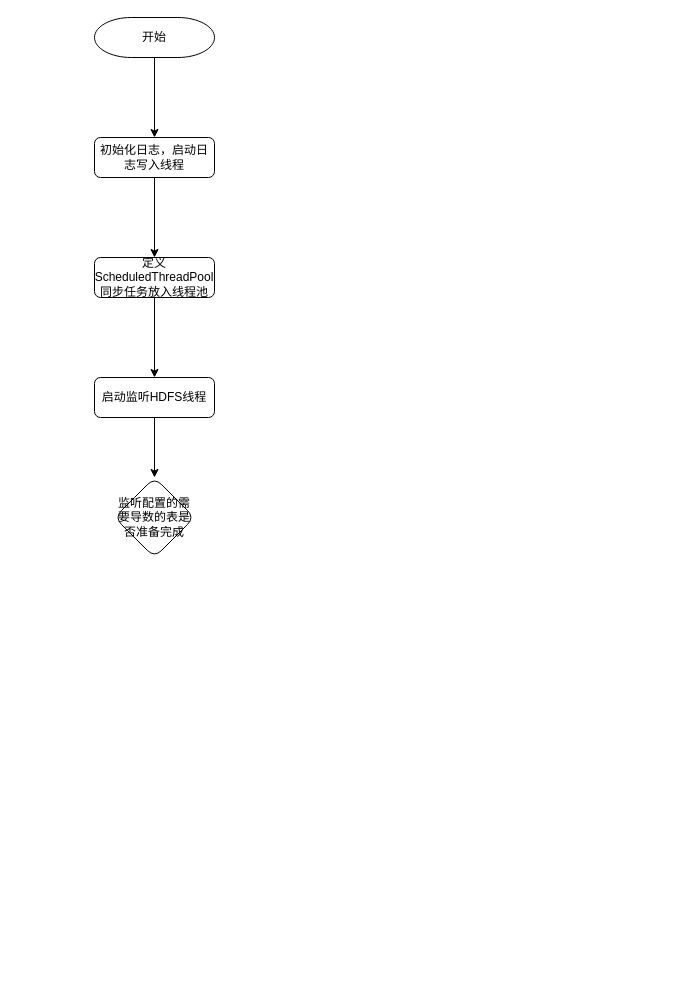
Above: mrap/导数流程图.drawio in lianyutian/drawio (draw.io), before the change. Source tidied: cells renumbered, new cells numbered last; positions are measured from the earlier drawing's top-left corner, leaving out a move shared by most shapes. Both pictures are drawn from the tidied source at 100%, with x=0, y=0 at pixel (94, 17).
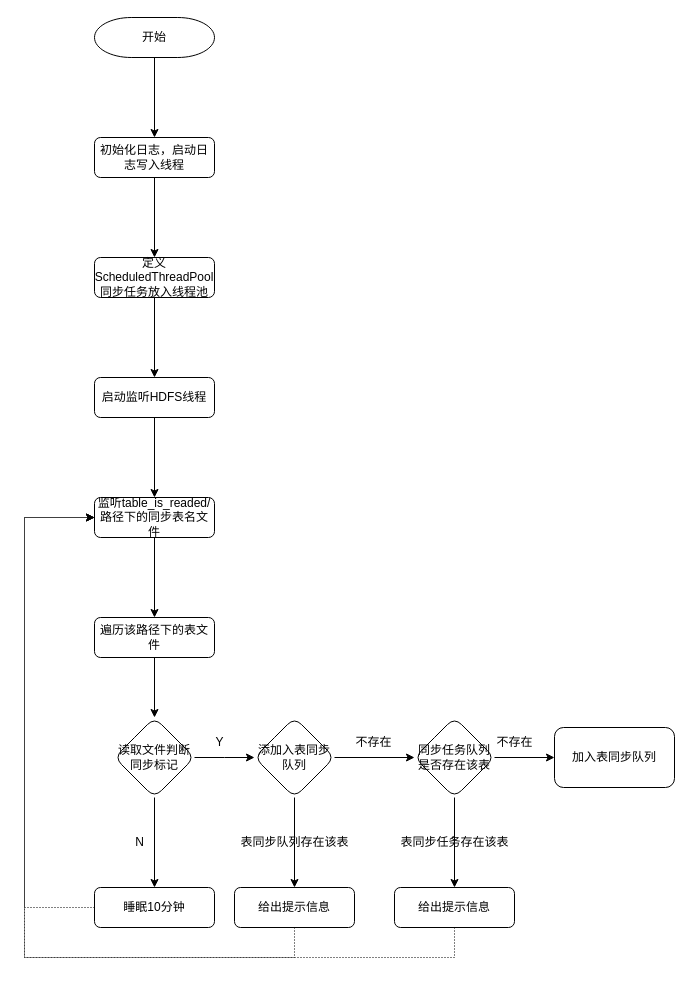
The same diagram, later.

Commit message (it also covers changes not shown here):
更新导数流程图.drawio

The change refers to these unchanged cells:
```xml
<mxCell id="9" value="启动监听HDFS线程" style="rounded=1;whiteSpace=wrap;html=1;fontSize=12;glass=0;strokeWidth=1;shadow=0;" parent="1" vertex="1">
  <mxGeometry y="360" width="120" height="40" as="geometry" />
</mxCell>
```

What changed in the source:
```diff
@@
-    <mxCell id="8" style="edgeStyle=orthogonalEdgeStyle;rounded=0;jettySize=auto;html=1;" parent="1" edge="1" source="9" target="10">
-      <mxGeometry relative="1" as="geometry" />
-    </mxCell>
+    <mxCell id="11" style="edgeStyle=orthogonalEdgeStyle;rounded=0;jettySize=auto;html=1;" parent="1" edge="1" source="9" target="13">
+      <mxGeometry relative="1" as="geometry" />
+    </mxCell>
@@
-    <mxCell id="10" value="监听配置的需要导数的表是否准备完成" style="rhombus;whiteSpace=wrap;html=1;rounded=1;glass=0;strokeWidth=1;shadow=0;" parent="1" vertex="1">
-      <mxGeometry x="20" y="460" width="80" height="80" as="geometry" />
-    </mxCell>
+    <mxCell id="12" style="edgeStyle=orthogonalEdgeStyle;rounded=0;jettySize=auto;html=1;" parent="1" edge="1" source="13" target="15">
+      <mxGeometry relative="1" as="geometry" />
+    </mxCell>
+    <mxCell id="13" value="监听table_is_readed/路径下的同步表名文件" style="rounded=1;whiteSpace=wrap;html=1;fontSize=12;glass=0;strokeWidth=1;shadow=0;" parent="1" vertex="1">
+      <mxGeometry y="480" width="120" height="40" as="geometry" />
+    </mxCell>
+    <mxCell id="14" style="edgeStyle=orthogonalEdgeStyle;rounded=0;jettySize=auto;html=1;" parent="1" edge="1" source="15" target="18">
+      <mxGeometry relative="1" as="geometry" />
+    </mxCell>
+    <mxCell id="15" value="遍历该路径下的表文件" style="rounded=1;whiteSpace=wrap;html=1;fontSize=12;glass=0;strokeWidth=1;shadow=0;" parent="1" vertex="1">
+      <mxGeometry y="600" width="120" height="40" as="geometry" />
+    </mxCell>
+    <mxCell id="16" style="edgeStyle=orthogonalEdgeStyle;rounded=0;jettySize=auto;html=1;" parent="1" edge="1" source="18">
+      <mxGeometry relative="1" as="geometry">
+        <mxPoint x="160" y="740" as="targetPoint" />
+      </mxGeometry>
+    </mxCell>
+    <mxCell id="17" style="edgeStyle=orthogonalEdgeStyle;rounded=0;jettySize=auto;html=1;" parent="1" edge="1" source="18" target="20">
+      <mxGeometry relative="1" as="geometry" />
+    </mxCell>
+    <mxCell id="18" value="读取文件判断同步标记" style="rhombus;whiteSpace=wrap;html=1;rounded=1;glass=0;strokeWidth=1;shadow=0;" parent="1" vertex="1">
+      <mxGeometry x="20" y="700" width="80" height="80" as="geometry" />
+    </mxCell>
+    <mxCell id="19" style="edgeStyle=orthogonalEdgeStyle;rounded=0;jettySize=auto;html=1;entryX=0;entryY=0.5;entryDx=0;entryDy=0;dashed=1;dashPattern=1 2;exitX=0;exitY=0.5;exitDx=0;exitDy=0;" parent="1" edge="1" source="20" target="13">
+      <mxGeometry relative="1" as="geometry">
+        <Array as="points">
+          <mxPoint x="-70" y="890" />
+          <mxPoint x="-70" y="500" />
+        </Array>
+      </mxGeometry>
+    </mxCell>
+    <mxCell id="20" value="睡眠10分钟" style="rounded=1;whiteSpace=wrap;html=1;fontSize=12;glass=0;strokeWidth=1;shadow=0;" parent="1" vertex="1">
+      <mxGeometry y="870" width="120" height="40" as="geometry" />
+    </mxCell>
+    <mxCell id="21" value="N" style="text;html=1;align=center;verticalAlign=middle;strokeColor=none;fillColor=none;" parent="1" vertex="1">
+      <mxGeometry x="30" y="810" width="30" height="30" as="geometry" />
+    </mxCell>
+    <mxCell id="22" value="Y" style="text;html=1;align=center;verticalAlign=middle;strokeColor=none;fillColor=none;" parent="1" vertex="1">
+      <mxGeometry x="110" y="710" width="30" height="30" as="geometry" />
+    </mxCell>
+    <mxCell id="23" style="edgeStyle=orthogonalEdgeStyle;rounded=0;jettySize=auto;html=1;" parent="1" edge="1" source="25">
+      <mxGeometry relative="1" as="geometry">
+        <mxPoint x="200" y="870" as="targetPoint" />
+      </mxGeometry>
+    </mxCell>
+    <mxCell id="24" style="edgeStyle=orthogonalEdgeStyle;rounded=0;jettySize=auto;html=1;" parent="1" edge="1" source="25" target="31">
+      <mxGeometry relative="1" as="geometry" />
+    </mxCell>
+    <mxCell id="25" value="添加入表同步队列" style="rhombus;whiteSpace=wrap;html=1;rounded=1;glass=0;strokeWidth=1;shadow=0;" parent="1" vertex="1">
+      <mxGeometry x="160" y="700" width="80" height="80" as="geometry" />
+    </mxCell>
+    <mxCell id="26" value="表同步队列存在该表" style="text;html=1;align=center;verticalAlign=middle;strokeColor=none;fillColor=none;" parent="1" vertex="1">
+      <mxGeometry x="135" y="810" width="130" height="30" as="geometry" />
+    </mxCell>
+    <mxCell id="27" style="edgeStyle=orthogonalEdgeStyle;rounded=0;jettySize=auto;html=1;entryX=0;entryY=0.5;entryDx=0;entryDy=0;exitX=0.5;exitY=1;exitDx=0;exitDy=0;dashed=1;dashPattern=1 2;" parent="1" edge="1" source="28" target="13">
+      <mxGeometry relative="1" as="geometry">
+        <Array as="points">
+          <mxPoint x="200" y="940" />
+          <mxPoint x="-70" y="940" />
+          <mxPoint x="-70" y="500" />
+        </Array>
+      </mxGeometry>
+    </mxCell>
+    <mxCell id="28" value="给出提示信息" style="rounded=1;whiteSpace=wrap;html=1;fontSize=12;glass=0;strokeWidth=1;shadow=0;" parent="1" vertex="1">
+      <mxGeometry x="140" y="870" width="120" height="40" as="geometry" />
+    </mxCell>
+    <mxCell id="29" style="edgeStyle=orthogonalEdgeStyle;rounded=0;jettySize=auto;html=1;" parent="1" edge="1" source="31">
+      <mxGeometry relative="1" as="geometry">
+        <mxPoint x="360" y="870" as="targetPoint" />
+      </mxGeometry>
+    </mxCell>
+    <mxCell id="30" style="edgeStyle=orthogonalEdgeStyle;rounded=0;jettySize=auto;html=1;" parent="1" edge="1" source="31" target="36">
+      <mxGeometry relative="1" as="geometry" />
+    </mxCell>
+    <mxCell id="31" value="同步任务队列是否存在该表" style="rhombus;whiteSpace=wrap;html=1;rounded=1;glass=0;strokeWidth=1;shadow=0;" parent="1" vertex="1">
+      <mxGeometry x="320" y="700" width="80" height="80" as="geometry" />
+    </mxCell>
+    <mxCell id="32" value="不存在" style="text;html=1;align=center;verticalAlign=middle;strokeColor=none;fillColor=none;" parent="1" vertex="1">
+      <mxGeometry x="248.5" y="710" width="60" height="30" as="geometry" />
+    </mxCell>
+    <mxCell id="33" style="edgeStyle=orthogonalEdgeStyle;rounded=0;jettySize=auto;html=1;entryX=0;entryY=0.5;entryDx=0;entryDy=0;exitX=0.5;exitY=1;exitDx=0;exitDy=0;dashed=1;dashPattern=1 2;" parent="1" edge="1" source="34" target="13">
+      <mxGeometry relative="1" as="geometry">
+        <Array as="points">
+          <mxPoint x="360" y="940" />
+          <mxPoint x="-70" y="940" />
+          <mxPoint x="-70" y="500" />
+        </Array>
+      </mxGeometry>
+    </mxCell>
+    <mxCell id="34" value="给出提示信息" style="rounded=1;whiteSpace=wrap;html=1;fontSize=12;glass=0;strokeWidth=1;shadow=0;" parent="1" vertex="1">
+      <mxGeometry x="300" y="870" width="120" height="40" as="geometry" />
+    </mxCell>
+    <mxCell id="35" value="表同步任务存在该表" style="text;html=1;align=center;verticalAlign=middle;strokeColor=none;fillColor=none;" parent="1" vertex="1">
+      <mxGeometry x="295" y="810" width="130" height="30" as="geometry" />
+    </mxCell>
+    <mxCell id="36" value="加入表同步队列" style="whiteSpace=wrap;html=1;rounded=1;glass=0;strokeWidth=1;shadow=0;" parent="1" vertex="1">
+      <mxGeometry x="460" y="710" width="120" height="60" as="geometry" />
+    </mxCell>
+    <mxCell id="37" value="不存在" style="text;html=1;align=center;verticalAlign=middle;strokeColor=none;fillColor=none;" parent="1" vertex="1">
+      <mxGeometry x="390" y="710" width="60" height="30" as="geometry" />
+    </mxCell>
```
